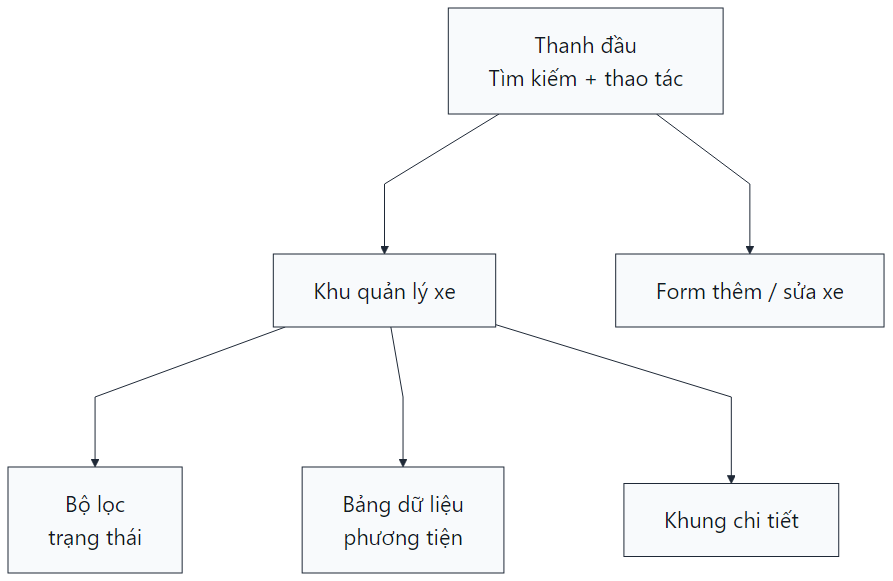
This is resources/reports/thesis/final/assets/figures/09-chuong-4-trien-khai-cloud-hinh-4-21.png from anmh1205/IoT_Vehicle_Tracking_System, a Mermaid export, as it was before one commit. Its source is kept beside it as resources/reports/thesis/final/assets/uml/09-chuong-4-trien-khai-cloud-hinh-4-21.mmd.
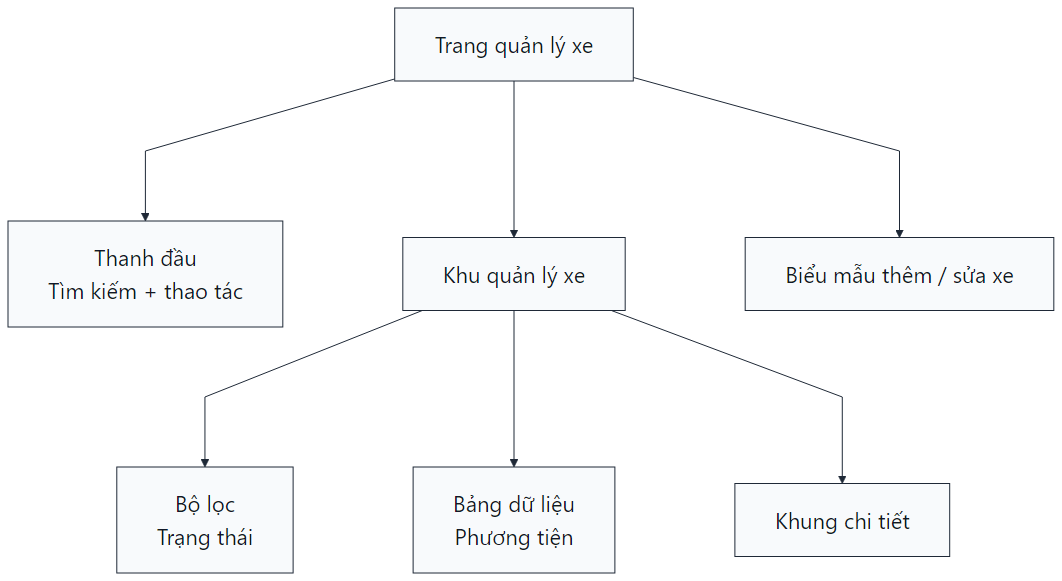
The same file after the commit.

The edit, as a diff of the source:
```diff
@@ -1,13 +1,15 @@
 flowchart TB
+    Screen["Trang quản lý xe"]
     Header["Thanh đầu<br/>Tìm kiếm + thao tác"]
     Workspace["Khu quản lý xe"]
-    Filter["Bộ lọc<br/>trạng thái"]
-    Table["Bảng dữ liệu<br/>phương tiện"]
+    Filter["Bộ lọc<br/>Trạng thái"]
+    Table["Bảng dữ liệu<br/>Phương tiện"]
     Detail["Khung chi tiết"]
-    Form["Form thêm / sửa xe"]
+    Form["Biểu mẫu thêm / sửa xe"]
 
-    Header --> Workspace
+    Screen --> Header
+    Screen --> Workspace
     Workspace --> Filter
     Workspace --> Table
     Workspace --> Detail
-    Header --> Form
+    Screen --> Form
```
